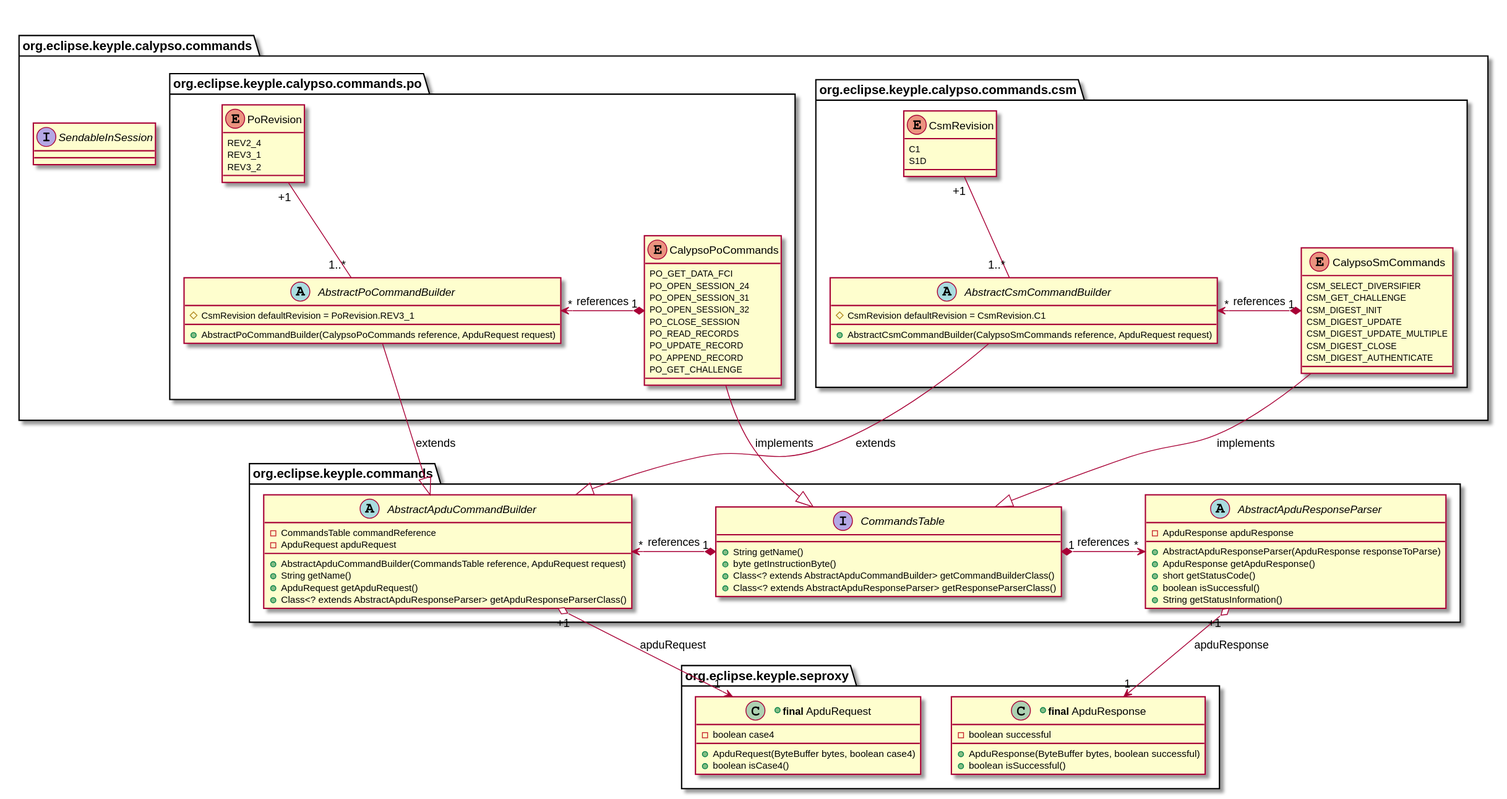
Before: keyple-extension-calypso-spec/img/uml-classDiagram-CalypsoCommand-CalypsoTable.svg, a diagram exported from PlantUML (yvonneyam/keyple-doc-yy).
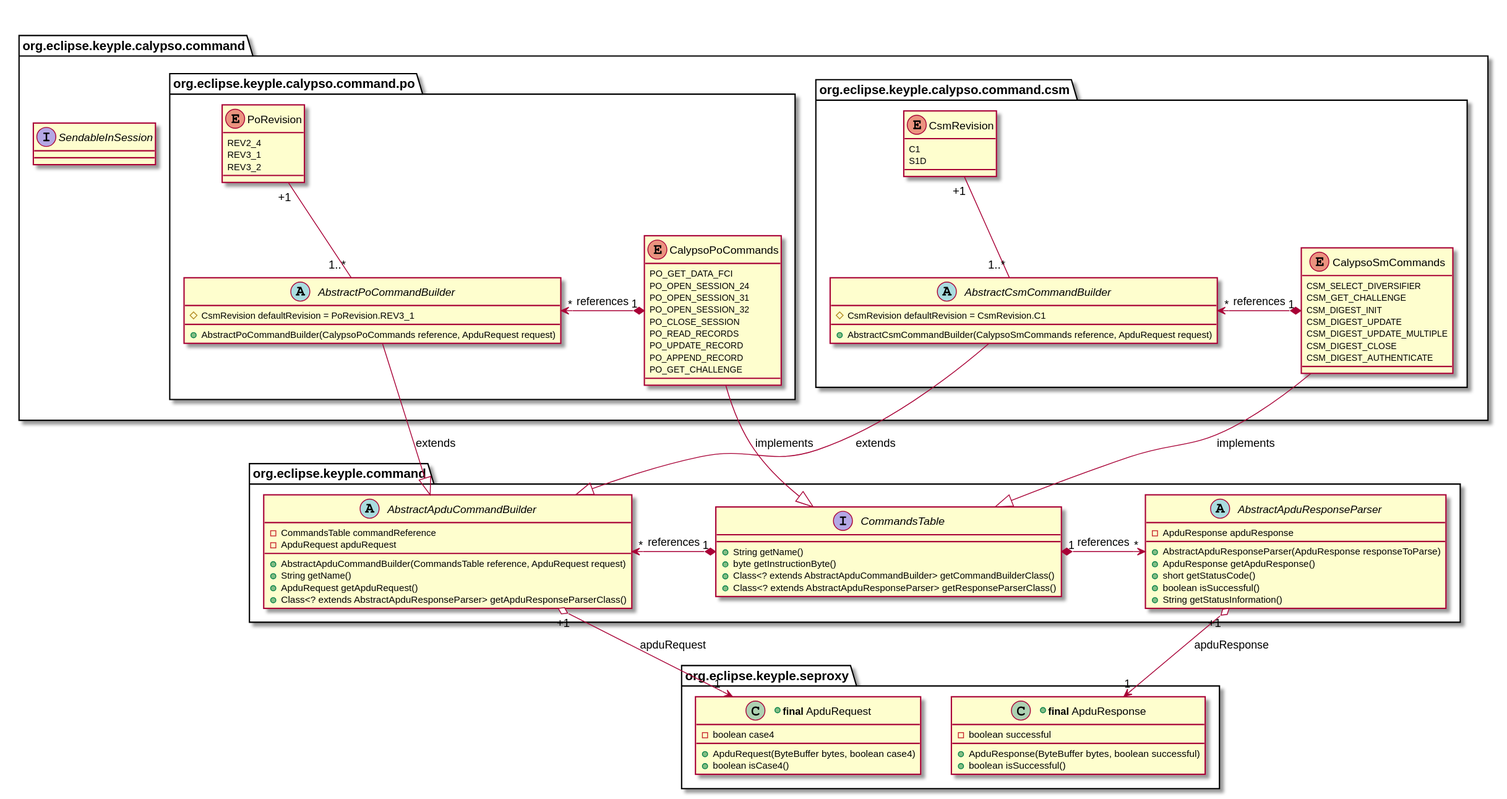
Later version of the same file.

The edit, as a diff of the source:
```diff
@@ -1,7 +1,8 @@
 @startuml
-package org.eclipse.keyple.calypso.commands #FFFFFF {
 
-package org.eclipse.keyple.calypso.commands.po #FFFFFF {
+package org.eclipse.keyple.calypso.command #FFFFFF {
+
+package org.eclipse.keyple.calypso.command.po #FFFFFF {
 
 abstract AbstractPoCommandBuilder {
   #CsmRevision defaultRevision = PoRevision.REV3_1
@@ -26,7 +27,7 @@
   REV3_2
 }
 }
-package org.eclipse.keyple.calypso.commands.csm #FFFFFF {
+package org.eclipse.keyple.calypso.command.csm #FFFFFF {
 
 abstract AbstractCsmCommandBuilder {
   #CsmRevision defaultRevision = CsmRevision.C1
@@ -63,6 +64,7 @@
 PoRevision -left[hidden]- SendableInSession
 CsmRevision -right[hidden]- SendableInSession
 }
+
 package org.eclipse.keyple.seproxy #FFFFFF {
 +class "<b>final</b> ApduRequest" as ApduRequest {
   -boolean case4
@@ -78,7 +80,7 @@
 
 ApduRequest -right[hidden]- ApduResponse
 }
-package org.eclipse.keyple.commands #FFFFFF {
+package org.eclipse.keyple.command #FFFFFF {
 
 abstract AbstractApduCommandBuilder {
   -CommandsTable commandReference
```
